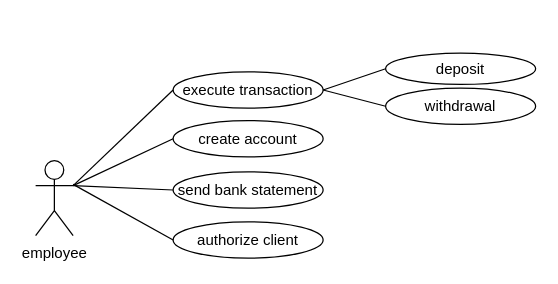
Above: UseCase.drawio in Marek324/butfit-ids (draw.io), before the change. Source tidied: cells renumbered, new cells numbered last; positions are measured from the earlier drawing's top-left corner, leaving out a move shared by most shapes. Both pictures are drawn from the tidied source at 125%, with x=0, y=0 at pixel (35, 52).
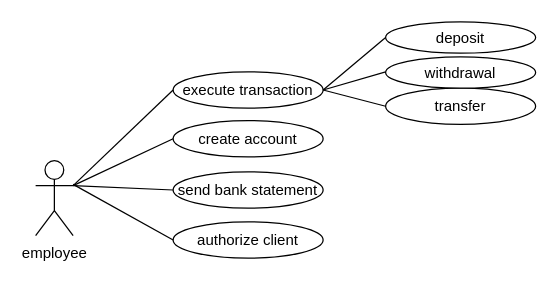
Above is the later version.

What changed in the source:
```diff
@@
 <mxGraphModel>
   <root>
     <mxCell id="0" />
     <mxCell id="1" parent="0" />
     <mxCell id="2" value="employee" style="shape=umlActor;verticalLabelPosition=bottom;verticalAlign=top;html=1;outlineConnect=0;" parent="1" vertex="1">
       <mxGeometry y="86" width="30" height="60" as="geometry" />
     </mxCell>
     <mxCell id="3" value="execute transaction" style="ellipse;whiteSpace=wrap;html=1;" parent="1" vertex="1">
       <mxGeometry x="110" y="15" width="120" height="29" as="geometry" />
     </mxCell>
     <mxCell id="4" value="create account" style="ellipse;whiteSpace=wrap;html=1;" parent="1" vertex="1">
       <mxGeometry x="110" y="54" width="120" height="29" as="geometry" />
     </mxCell>
     <mxCell id="5" value="send bank statement" style="ellipse;whiteSpace=wrap;html=1;" parent="1" vertex="1">
       <mxGeometry x="110" y="95" width="120" height="29" as="geometry" />
     </mxCell>
     <mxCell id="6" value="deposit" style="ellipse;whiteSpace=wrap;html=1;" parent="1" vertex="1">
-      <mxGeometry x="280" width="120" height="25" as="geometry" />
+      <mxGeometry x="280" y="-25" width="120" height="25" as="geometry" />
     </mxCell>
-    <mxCell id="7" value="withdrawal" style="ellipse;whiteSpace=wrap;html=1;" parent="1" vertex="1">
+    <mxCell id="7" value="transfer" style="ellipse;whiteSpace=wrap;html=1;" parent="1" vertex="1">
       <mxGeometry x="280" y="28" width="120" height="29" as="geometry" />
     </mxCell>
     <mxCell id="8" style="endArrow=none;html=1;rounded=0;entryX=1;entryY=0.5;entryDx=0;entryDy=0;exitX=0;exitY=0.5;exitDx=0;exitDy=0;" parent="1" edge="1" source="6" target="3">
       <mxGeometry relative="1" as="geometry" />
     </mxCell>
     <mxCell id="9" style="endArrow=none;html=1;rounded=0;entryX=1;entryY=0.5;entryDx=0;entryDy=0;exitX=0;exitY=0.5;exitDx=0;exitDy=0;" parent="1" edge="1" source="7" target="3">
       <mxGeometry relative="1" as="geometry" />
     </mxCell>
     <mxCell id="10" style="endArrow=none;html=1;rounded=0;entryX=0;entryY=0.5;entryDx=0;entryDy=0;exitX=1;exitY=0.3333333333333333;exitDx=0;exitDy=0;exitPerimeter=0;" parent="1" edge="1" source="2" target="3">
       <mxGeometry relative="1" as="geometry" />
     </mxCell>
     <mxCell id="11" style="endArrow=none;html=1;rounded=0;entryX=0;entryY=0.5;entryDx=0;entryDy=0;exitX=1;exitY=0.3333333333333333;exitDx=0;exitDy=0;exitPerimeter=0;" parent="1" edge="1" source="2" target="4">
       <mxGeometry relative="1" as="geometry" />
     </mxCell>
     <mxCell id="12" style="endArrow=none;html=1;rounded=0;entryX=0;entryY=0.5;entryDx=0;entryDy=0;exitX=1;exitY=0.3333333333333333;exitDx=0;exitDy=0;exitPerimeter=0;" parent="1" edge="1" source="2" target="5">
       <mxGeometry relative="1" as="geometry" />
     </mxCell>
     <mxCell id="13" value="authorize client" style="ellipse;whiteSpace=wrap;html=1;" parent="1" vertex="1">
       <mxGeometry x="110" y="135" width="120" height="29" as="geometry" />
     </mxCell>
     <mxCell id="14" style="endArrow=none;html=1;rounded=0;entryX=0;entryY=0.5;entryDx=0;entryDy=0;" parent="1" edge="1" target="13">
       <mxGeometry relative="1" as="geometry">
         <mxPoint x="30" y="105" as="sourcePoint" />
       </mxGeometry>
     </mxCell>
+    <mxCell id="15" value="withdrawal" style="ellipse;whiteSpace=wrap;html=1;" parent="1" vertex="1">
+      <mxGeometry x="280" y="3" width="120" height="25" as="geometry" />
+    </mxCell>
+    <mxCell id="16" style="endArrow=none;html=1;rounded=0;exitX=1;exitY=0.5;exitDx=0;exitDy=0;" parent="1" edge="1" source="3">
+      <mxGeometry relative="1" as="geometry">
+        <mxPoint x="280" y="15" as="targetPoint" />
+      </mxGeometry>
+    </mxCell>
   </root>
 </mxGraphModel>
```
